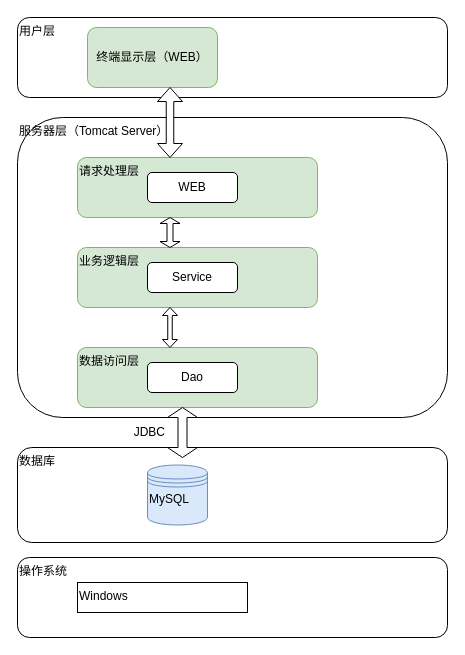
This is Untitled Diagram.drawio from 17H034160121/sms, a draw.io file, before an edit. Source tidied: cells renumbered, new cells numbered last; positions are measured from the earlier drawing's top-left corner, leaving out a move shared by most shapes. Both pictures are drawn from the tidied source at 100%, with x=0, y=0 at pixel (17, 17).
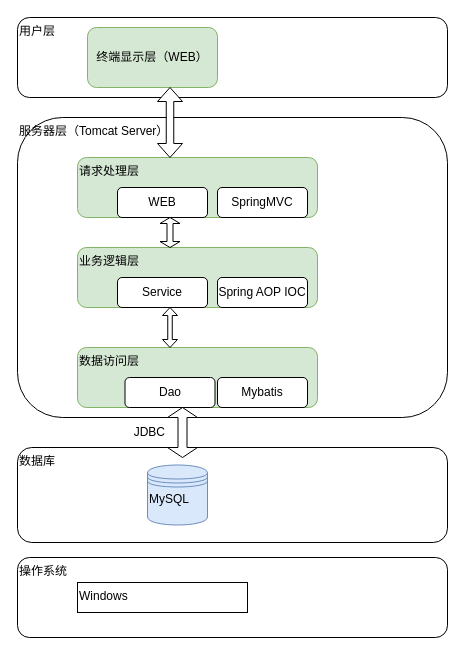
The same page after the edit.

Change to the diagram source:
```diff
@@
     <mxCell id="8" value="WEB" style="rounded=1;whiteSpace=wrap;html=1;labelPosition=center;verticalLabelPosition=middle;align=center;verticalAlign=middle;" parent="1" vertex="1">
-      <mxGeometry x="130" y="155" width="90" height="30" as="geometry" />
+      <mxGeometry x="100" y="170" width="90" height="30" as="geometry" />
     </mxCell>
     <mxCell id="9" value="Service" style="rounded=1;whiteSpace=wrap;html=1;labelPosition=center;verticalLabelPosition=middle;align=center;verticalAlign=middle;" parent="1" vertex="1">
-      <mxGeometry x="130" y="245" width="90" height="30" as="geometry" />
+      <mxGeometry x="100" y="260" width="90" height="30" as="geometry" />
     </mxCell>
     <mxCell id="10" value="Dao" style="rounded=1;whiteSpace=wrap;html=1;labelPosition=center;verticalLabelPosition=middle;align=center;verticalAlign=middle;" parent="1" vertex="1">
-      <mxGeometry x="130" y="345" width="90" height="30" as="geometry" />
+      <mxGeometry x="107.5" y="360" width="90" height="30" as="geometry" />
     </mxCell>
@@
+    <mxCell id="19" value="SpringMVC" style="rounded=1;whiteSpace=wrap;html=1;labelPosition=center;verticalLabelPosition=middle;align=center;verticalAlign=middle;" parent="1" vertex="1">
+      <mxGeometry x="200" y="170" width="90" height="30" as="geometry" />
+    </mxCell>
+    <mxCell id="20" value="Spring AOP IOC" style="rounded=1;whiteSpace=wrap;html=1;labelPosition=center;verticalLabelPosition=middle;align=center;verticalAlign=middle;" parent="1" vertex="1">
+      <mxGeometry x="200" y="260" width="90" height="30" as="geometry" />
+    </mxCell>
+    <mxCell id="21" value="Mybatis" style="rounded=1;whiteSpace=wrap;html=1;labelPosition=center;verticalLabelPosition=middle;align=center;verticalAlign=middle;" parent="1" vertex="1">
+      <mxGeometry x="200" y="360" width="90" height="30" as="geometry" />
+    </mxCell>
```
